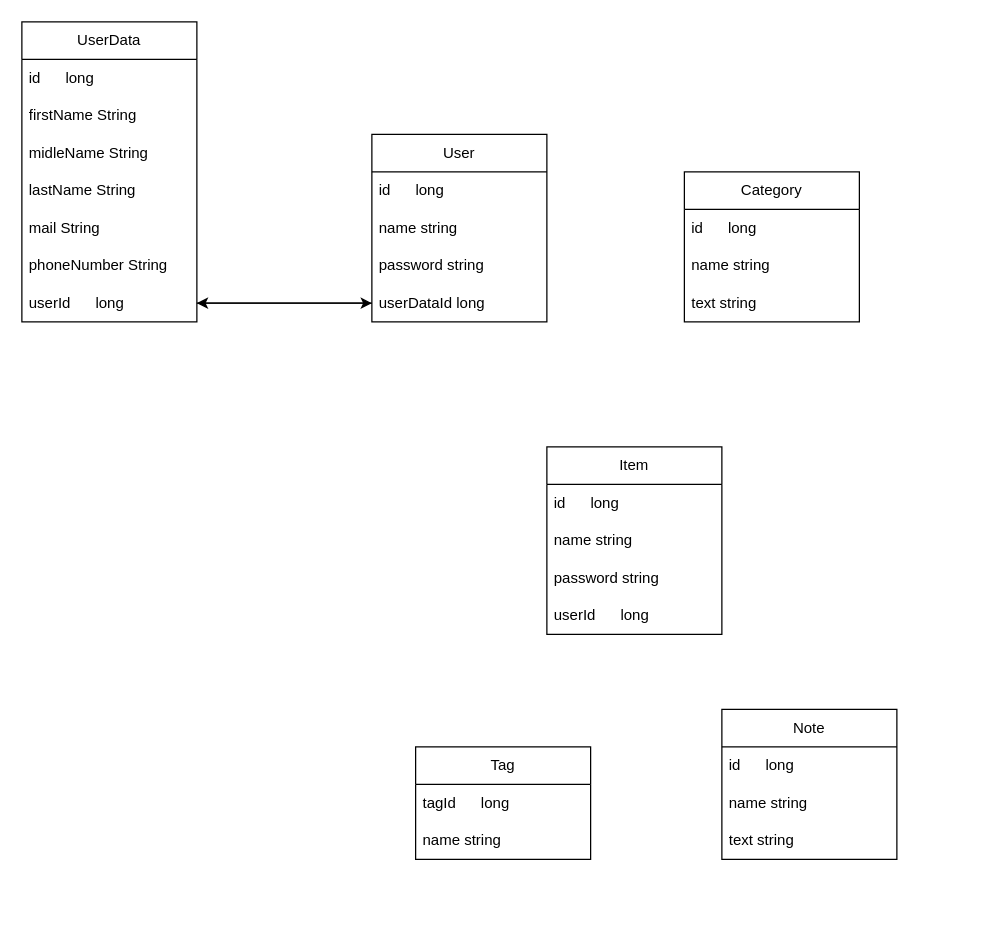
Earlier version of the draw.io diagram src/PasswordApp.drawio (NikitaFoshch/UML). Source tidied: cells renumbered, new cells numbered last; positions are measured from the earlier drawing's top-left corner, leaving out a move shared by most shapes. Both pictures are drawn from the tidied source at 125%, with x=0, y=0 at pixel (21, 21).
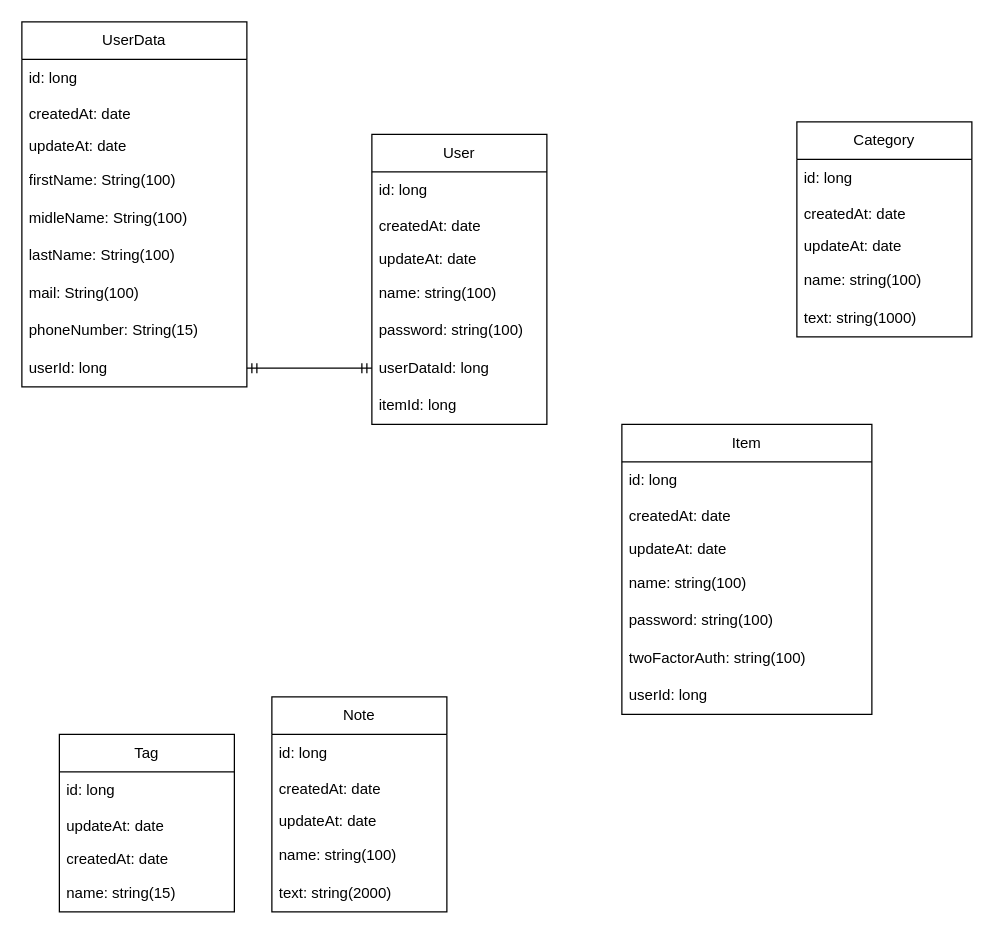
The same page after the edit.

Diff of the diagram source:
```diff
@@
     <mxCell id="2" value="User" style="swimlane;fontStyle=0;horizontal=1;startSize=30;whiteSpace=wrap;html=1;" parent="1" vertex="1">
-      <mxGeometry x="280" y="90" width="140" height="150" as="geometry" />
+      <mxGeometry x="280" y="90" width="140" height="232" as="geometry" />
     </mxCell>
-    <mxCell id="3" value="id&amp;nbsp; &amp;nbsp; &amp;nbsp; long" style="text;strokeColor=none;fillColor=none;align=left;verticalAlign=middle;spacingLeft=4;spacingRight=4;overflow=hidden;whiteSpace=wrap;html=1;" parent="2" vertex="1">
+    <mxCell id="3" value="id: long" style="text;strokeColor=none;fillColor=none;align=left;verticalAlign=middle;spacingLeft=4;spacingRight=4;overflow=hidden;whiteSpace=wrap;html=1;" parent="2" vertex="1">
       <mxGeometry y="30" width="140" height="30" as="geometry" />
     </mxCell>
+    <mxCell id="33" value="createdAt: date" style="text;strokeColor=none;fillColor=none;align=left;verticalAlign=top;spacingLeft=4;spacingRight=4;overflow=hidden;" parent="2" vertex="1">
+      <mxGeometry y="60" width="140" height="26" as="geometry" />
+    </mxCell>
+    <mxCell id="34" value="updateAt: date" style="text;strokeColor=none;fillColor=none;align=left;verticalAlign=top;spacingLeft=4;spacingRight=4;overflow=hidden;" parent="2" vertex="1">
+      <mxGeometry y="86" width="140" height="26" as="geometry" />
+    </mxCell>
-    <mxCell id="4" value="name string" style="text;strokeColor=none;fillColor=none;align=left;verticalAlign=middle;spacingLeft=4;spacingRight=4;overflow=hidden;whiteSpace=wrap;html=1;" parent="2" vertex="1">
-      <mxGeometry y="60" width="140" height="30" as="geometry" />
+    <mxCell id="4" value="name:&amp;nbsp;string(100)" style="text;strokeColor=none;fillColor=none;align=left;verticalAlign=middle;spacingLeft=4;spacingRight=4;overflow=hidden;whiteSpace=wrap;html=1;" parent="2" vertex="1">
+      <mxGeometry y="112" width="140" height="30" as="geometry" />
     </mxCell>
-    <mxCell id="5" value="password string" style="text;strokeColor=none;fillColor=none;align=left;verticalAlign=middle;spacingLeft=4;spacingRight=4;overflow=hidden;whiteSpace=wrap;html=1;" parent="2" vertex="1">
-      <mxGeometry y="90" width="140" height="30" as="geometry" />
+    <mxCell id="5" value="password:&amp;nbsp;string(100)" style="text;strokeColor=none;fillColor=none;align=left;verticalAlign=middle;spacingLeft=4;spacingRight=4;overflow=hidden;whiteSpace=wrap;html=1;" parent="2" vertex="1">
+      <mxGeometry y="142" width="140" height="30" as="geometry" />
     </mxCell>
-    <mxCell id="6" value="userDataId long" style="text;strokeColor=none;fillColor=none;align=left;verticalAlign=middle;spacingLeft=4;spacingRight=4;overflow=hidden;points=[[0,0.5],[1,0.5]];portConstraint=eastwest;whiteSpace=wrap;html=1;" parent="2" vertex="1">
-      <mxGeometry y="120" width="140" height="30" as="geometry" />
+    <mxCell id="6" value="userDataId:&amp;nbsp;long" style="text;strokeColor=none;fillColor=none;align=left;verticalAlign=middle;spacingLeft=4;spacingRight=4;overflow=hidden;points=[[0,0.5],[1,0.5]];portConstraint=eastwest;whiteSpace=wrap;html=1;" parent="2" vertex="1">
+      <mxGeometry y="172" width="140" height="30" as="geometry" />
     </mxCell>
-    <mxCell id="7" style="edgeStyle=orthogonalEdgeStyle;rounded=0;jettySize=auto;html=1;exitX=1;exitY=0.5;exitDx=0;exitDy=0;entryX=0;entryY=0.5;entryDx=0;entryDy=0;" parent="1" edge="1" source="15" target="6">
-      <mxGeometry relative="1" as="geometry" />
-    </mxCell>
+    <mxCell id="35" value="itemId:&amp;nbsp;long" style="text;strokeColor=none;fillColor=none;align=left;verticalAlign=middle;spacingLeft=4;spacingRight=4;overflow=hidden;whiteSpace=wrap;html=1;" parent="2" vertex="1">
+      <mxGeometry y="202" width="140" height="30" as="geometry" />
+    </mxCell>
     <mxCell id="8" value="UserData" style="swimlane;fontStyle=0;horizontal=1;startSize=30;whiteSpace=wrap;html=1;" parent="1" vertex="1">
-      <mxGeometry width="140" height="240" as="geometry" />
+      <mxGeometry width="180" height="292" as="geometry" />
     </mxCell>
-    <mxCell id="9" value="id&amp;nbsp; &amp;nbsp; &amp;nbsp; long" style="text;strokeColor=none;fillColor=none;align=left;verticalAlign=middle;spacingLeft=4;spacingRight=4;overflow=hidden;whiteSpace=wrap;html=1;" parent="8" vertex="1">
-      <mxGeometry y="30" width="140" height="30" as="geometry" />
+    <mxCell id="9" value="id: long" style="text;strokeColor=none;fillColor=none;align=left;verticalAlign=middle;spacingLeft=4;spacingRight=4;overflow=hidden;whiteSpace=wrap;html=1;" parent="8" vertex="1">
+      <mxGeometry y="30" width="180" height="30" as="geometry" />
     </mxCell>
+    <mxCell id="36" value="createdAt: date" style="text;strokeColor=none;fillColor=none;align=left;verticalAlign=top;spacingLeft=4;spacingRight=4;overflow=hidden;" parent="8" vertex="1">
+      <mxGeometry y="60" width="180" height="26" as="geometry" />
+    </mxCell>
+    <mxCell id="37" value="updateAt: date" style="text;strokeColor=none;fillColor=none;align=left;verticalAlign=top;spacingLeft=4;spacingRight=4;overflow=hidden;" parent="8" vertex="1">
+      <mxGeometry y="86" width="180" height="26" as="geometry" />
+    </mxCell>
-    <mxCell id="10" value="firstName String" style="text;strokeColor=none;fillColor=none;align=left;verticalAlign=middle;spacingLeft=4;spacingRight=4;overflow=hidden;whiteSpace=wrap;html=1;" parent="8" vertex="1">
-      <mxGeometry y="60" width="140" height="30" as="geometry" />
+    <mxCell id="10" value="firstName: String(100)" style="text;strokeColor=none;fillColor=none;align=left;verticalAlign=middle;spacingLeft=4;spacingRight=4;overflow=hidden;whiteSpace=wrap;html=1;" parent="8" vertex="1">
+      <mxGeometry y="112" width="180" height="30" as="geometry" />
     </mxCell>
-    <mxCell id="11" value="midleName String" style="text;strokeColor=none;fillColor=none;align=left;verticalAlign=middle;spacingLeft=4;spacingRight=4;overflow=hidden;whiteSpace=wrap;html=1;" parent="8" vertex="1">
-      <mxGeometry y="90" width="140" height="30" as="geometry" />
+    <mxCell id="11" value="midleName:&amp;nbsp;String(100)" style="text;strokeColor=none;fillColor=none;align=left;verticalAlign=middle;spacingLeft=4;spacingRight=4;overflow=hidden;whiteSpace=wrap;html=1;" parent="8" vertex="1">
+      <mxGeometry y="142" width="180" height="30" as="geometry" />
     </mxCell>
-    <mxCell id="12" value="lastName String" style="text;strokeColor=none;fillColor=none;align=left;verticalAlign=middle;spacingLeft=4;spacingRight=4;overflow=hidden;whiteSpace=wrap;html=1;" parent="8" vertex="1">
-      <mxGeometry y="120" width="140" height="30" as="geometry" />
+    <mxCell id="12" value="lastName:&amp;nbsp;String(100)" style="text;strokeColor=none;fillColor=none;align=left;verticalAlign=middle;spacingLeft=4;spacingRight=4;overflow=hidden;whiteSpace=wrap;html=1;" parent="8" vertex="1">
+      <mxGeometry y="172" width="180" height="30" as="geometry" />
     </mxCell>
-    <mxCell id="13" value="mail String" style="text;strokeColor=none;fillColor=none;align=left;verticalAlign=middle;spacingLeft=4;spacingRight=4;overflow=hidden;whiteSpace=wrap;html=1;" parent="8" vertex="1">
-      <mxGeometry y="150" width="140" height="30" as="geometry" />
+    <mxCell id="13" value="mail:&amp;nbsp;String(100)" style="text;strokeColor=none;fillColor=none;align=left;verticalAlign=middle;spacingLeft=4;spacingRight=4;overflow=hidden;whiteSpace=wrap;html=1;" parent="8" vertex="1">
+      <mxGeometry y="202" width="180" height="30" as="geometry" />
     </mxCell>
-    <mxCell id="14" value="phoneNumber String" style="text;strokeColor=none;fillColor=none;align=left;verticalAlign=middle;spacingLeft=4;spacingRight=4;overflow=hidden;whiteSpace=wrap;html=1;" parent="8" vertex="1">
-      <mxGeometry y="180" width="140" height="30" as="geometry" />
+    <mxCell id="14" value="phoneNumber:&amp;nbsp;String(15)" style="text;strokeColor=none;fillColor=none;align=left;verticalAlign=middle;spacingLeft=4;spacingRight=4;overflow=hidden;whiteSpace=wrap;html=1;" parent="8" vertex="1">
+      <mxGeometry y="232" width="180" height="30" as="geometry" />
     </mxCell>
-    <mxCell id="15" value="userId&amp;nbsp; &amp;nbsp; &amp;nbsp; long" style="text;strokeColor=none;fillColor=none;align=left;verticalAlign=middle;spacingLeft=4;spacingRight=4;overflow=hidden;points=[[0,0.5],[1,0.5]];portConstraint=eastwest;whiteSpace=wrap;html=1;" parent="8" vertex="1">
-      <mxGeometry y="210" width="140" height="30" as="geometry" />
+    <mxCell id="15" value="userId: long" style="text;strokeColor=none;fillColor=none;align=left;verticalAlign=middle;spacingLeft=4;spacingRight=4;overflow=hidden;points=[[0,0.5],[1,0.5]];portConstraint=eastwest;whiteSpace=wrap;html=1;" parent="8" vertex="1">
+      <mxGeometry y="262" width="180" height="30" as="geometry" />
     </mxCell>
-    <mxCell id="16" style="edgeStyle=orthogonalEdgeStyle;rounded=0;jettySize=auto;html=1;exitX=0;exitY=0.5;exitDx=0;exitDy=0;entryX=1;entryY=0.5;entryDx=0;entryDy=0;" parent="1" edge="1" source="6" target="15">
-      <mxGeometry relative="1" as="geometry" />
-    </mxCell>
     <mxCell id="17" value="Item" style="swimlane;fontStyle=0;horizontal=1;startSize=30;whiteSpace=wrap;html=1;" parent="1" vertex="1">
-      <mxGeometry x="420" y="340" width="140" height="150" as="geometry" />
+      <mxGeometry x="480" y="322" width="200" height="232" as="geometry" />
     </mxCell>
-    <mxCell id="18" value="id&amp;nbsp; &amp;nbsp; &amp;nbsp; long" style="text;strokeColor=none;fillColor=none;align=left;verticalAlign=middle;spacingLeft=4;spacingRight=4;overflow=hidden;whiteSpace=wrap;html=1;" parent="17" vertex="1">
-      <mxGeometry y="30" width="140" height="30" as="geometry" />
+    <mxCell id="18" value="id: long" style="text;strokeColor=none;fillColor=none;align=left;verticalAlign=middle;spacingLeft=4;spacingRight=4;overflow=hidden;whiteSpace=wrap;html=1;" parent="17" vertex="1">
+      <mxGeometry y="30" width="200" height="30" as="geometry" />
     </mxCell>
+    <mxCell id="38" value="createdAt: date" style="text;strokeColor=none;fillColor=none;align=left;verticalAlign=top;spacingLeft=4;spacingRight=4;overflow=hidden;" parent="17" vertex="1">
+      <mxGeometry y="60" width="200" height="26" as="geometry" />
+    </mxCell>
+    <mxCell id="39" value="updateAt: date" style="text;strokeColor=none;fillColor=none;align=left;verticalAlign=top;spacingLeft=4;spacingRight=4;overflow=hidden;" parent="17" vertex="1">
+      <mxGeometry y="86" width="200" height="26" as="geometry" />
+    </mxCell>
-    <mxCell id="19" value="name string" style="text;strokeColor=none;fillColor=none;align=left;verticalAlign=middle;spacingLeft=4;spacingRight=4;overflow=hidden;whiteSpace=wrap;html=1;" parent="17" vertex="1">
-      <mxGeometry y="60" width="140" height="30" as="geometry" />
+    <mxCell id="19" value="name:&amp;nbsp;string(100)" style="text;strokeColor=none;fillColor=none;align=left;verticalAlign=middle;spacingLeft=4;spacingRight=4;overflow=hidden;whiteSpace=wrap;html=1;" parent="17" vertex="1">
+      <mxGeometry y="112" width="200" height="30" as="geometry" />
     </mxCell>
-    <mxCell id="20" value="password string" style="text;strokeColor=none;fillColor=none;align=left;verticalAlign=middle;spacingLeft=4;spacingRight=4;overflow=hidden;whiteSpace=wrap;html=1;" parent="17" vertex="1">
-      <mxGeometry y="90" width="140" height="30" as="geometry" />
+    <mxCell id="20" value="password:&amp;nbsp;string(100)" style="text;strokeColor=none;fillColor=none;align=left;verticalAlign=middle;spacingLeft=4;spacingRight=4;overflow=hidden;whiteSpace=wrap;html=1;" parent="17" vertex="1">
+      <mxGeometry y="142" width="200" height="30" as="geometry" />
     </mxCell>
+    <mxCell id="40" value="twoFactorAuth:&amp;nbsp;string(100)" style="text;strokeColor=none;fillColor=none;align=left;verticalAlign=middle;spacingLeft=4;spacingRight=4;overflow=hidden;whiteSpace=wrap;html=1;" parent="17" vertex="1">
+      <mxGeometry y="172" width="200" height="30" as="geometry" />
+    </mxCell>
-    <mxCell id="21" value="userId&amp;nbsp; &amp;nbsp; &amp;nbsp; long" style="text;strokeColor=none;fillColor=none;align=left;verticalAlign=middle;spacingLeft=4;spacingRight=4;overflow=hidden;whiteSpace=wrap;html=1;" parent="17" vertex="1">
-      <mxGeometry y="120" width="140" height="30" as="geometry" />
+    <mxCell id="21" value="userId: long" style="text;strokeColor=none;fillColor=none;align=left;verticalAlign=middle;spacingLeft=4;spacingRight=4;overflow=hidden;whiteSpace=wrap;html=1;" parent="17" vertex="1">
+      <mxGeometry y="202" width="200" height="30" as="geometry" />
     </mxCell>
     <mxCell id="22" value="Tag" style="swimlane;fontStyle=0;horizontal=1;startSize=30;whiteSpace=wrap;html=1;" parent="1" vertex="1">
-      <mxGeometry x="315" y="580" width="140" height="90" as="geometry" />
+      <mxGeometry x="30" y="570" width="140" height="142" as="geometry" />
     </mxCell>
-    <mxCell id="23" value="tagId&amp;nbsp; &amp;nbsp; &amp;nbsp; long" style="text;strokeColor=none;fillColor=none;align=left;verticalAlign=middle;spacingLeft=4;spacingRight=4;overflow=hidden;whiteSpace=wrap;html=1;" parent="22" vertex="1">
+    <mxCell id="23" value="id: long" style="text;strokeColor=none;fillColor=none;align=left;verticalAlign=middle;spacingLeft=4;spacingRight=4;overflow=hidden;whiteSpace=wrap;html=1;" parent="22" vertex="1">
       <mxGeometry y="30" width="140" height="30" as="geometry" />
     </mxCell>
+    <mxCell id="41" value="updateAt: date" style="text;strokeColor=none;fillColor=none;align=left;verticalAlign=top;spacingLeft=4;spacingRight=4;overflow=hidden;" parent="22" vertex="1">
+      <mxGeometry y="60" width="140" height="26" as="geometry" />
+    </mxCell>
+    <mxCell id="42" value="createdAt: date" style="text;strokeColor=none;fillColor=none;align=left;verticalAlign=top;spacingLeft=4;spacingRight=4;overflow=hidden;" parent="22" vertex="1">
+      <mxGeometry y="86" width="140" height="26" as="geometry" />
+    </mxCell>
-    <mxCell id="24" value="name string" style="text;strokeColor=none;fillColor=none;align=left;verticalAlign=middle;spacingLeft=4;spacingRight=4;overflow=hidden;whiteSpace=wrap;html=1;" parent="22" vertex="1">
-      <mxGeometry y="60" width="140" height="30" as="geometry" />
+    <mxCell id="24" value="name:&amp;nbsp;string(15)" style="text;strokeColor=none;fillColor=none;align=left;verticalAlign=middle;spacingLeft=4;spacingRight=4;overflow=hidden;whiteSpace=wrap;html=1;" parent="22" vertex="1">
+      <mxGeometry y="112" width="140" height="30" as="geometry" />
     </mxCell>
     <mxCell id="25" value="Note" style="swimlane;fontStyle=0;horizontal=1;startSize=30;whiteSpace=wrap;html=1;" parent="1" vertex="1">
-      <mxGeometry x="560" y="550" width="140" height="120" as="geometry" />
+      <mxGeometry x="200" y="540" width="140" height="172" as="geometry" />
     </mxCell>
-    <mxCell id="26" value="id&amp;nbsp; &amp;nbsp; &amp;nbsp; long" style="text;strokeColor=none;fillColor=none;align=left;verticalAlign=middle;spacingLeft=4;spacingRight=4;overflow=hidden;whiteSpace=wrap;html=1;" parent="25" vertex="1">
+    <mxCell id="26" value="id: long" style="text;strokeColor=none;fillColor=none;align=left;verticalAlign=middle;spacingLeft=4;spacingRight=4;overflow=hidden;whiteSpace=wrap;html=1;" parent="25" vertex="1">
       <mxGeometry y="30" width="140" height="30" as="geometry" />
     </mxCell>
+    <mxCell id="43" value="createdAt: date" style="text;strokeColor=none;fillColor=none;align=left;verticalAlign=top;spacingLeft=4;spacingRight=4;overflow=hidden;" parent="25" vertex="1">
+      <mxGeometry y="60" width="140" height="26" as="geometry" />
+    </mxCell>
+    <mxCell id="44" value="updateAt: date" style="text;strokeColor=none;fillColor=none;align=left;verticalAlign=top;spacingLeft=4;spacingRight=4;overflow=hidden;" parent="25" vertex="1">
+      <mxGeometry y="86" width="140" height="26" as="geometry" />
+    </mxCell>
-    <mxCell id="27" value="name string" style="text;strokeColor=none;fillColor=none;align=left;verticalAlign=middle;spacingLeft=4;spacingRight=4;overflow=hidden;whiteSpace=wrap;html=1;" parent="25" vertex="1">
-      <mxGeometry y="60" width="140" height="30" as="geometry" />
+    <mxCell id="27" value="name:&amp;nbsp;string(100)" style="text;strokeColor=none;fillColor=none;align=left;verticalAlign=middle;spacingLeft=4;spacingRight=4;overflow=hidden;whiteSpace=wrap;html=1;" parent="25" vertex="1">
+      <mxGeometry y="112" width="140" height="30" as="geometry" />
     </mxCell>
-    <mxCell id="28" value="text string" style="text;strokeColor=none;fillColor=none;align=left;verticalAlign=middle;spacingLeft=4;spacingRight=4;overflow=hidden;whiteSpace=wrap;html=1;" parent="25" vertex="1">
-      <mxGeometry y="90" width="140" height="30" as="geometry" />
+    <mxCell id="28" value="text:&amp;nbsp;string(2000)" style="text;strokeColor=none;fillColor=none;align=left;verticalAlign=middle;spacingLeft=4;spacingRight=4;overflow=hidden;whiteSpace=wrap;html=1;" parent="25" vertex="1">
+      <mxGeometry y="142" width="140" height="30" as="geometry" />
     </mxCell>
     <mxCell id="29" value="Category" style="swimlane;fontStyle=0;horizontal=1;startSize=30;whiteSpace=wrap;html=1;" parent="1" vertex="1">
-      <mxGeometry x="530" y="120" width="140" height="120" as="geometry" />
+      <mxGeometry x="620" y="80" width="140" height="172" as="geometry" />
     </mxCell>
-    <mxCell id="30" value="id&amp;nbsp; &amp;nbsp; &amp;nbsp; long" style="text;strokeColor=none;fillColor=none;align=left;verticalAlign=middle;spacingLeft=4;spacingRight=4;overflow=hidden;whiteSpace=wrap;html=1;" parent="29" vertex="1">
+    <mxCell id="30" value="id: long" style="text;strokeColor=none;fillColor=none;align=left;verticalAlign=middle;spacingLeft=4;spacingRight=4;overflow=hidden;whiteSpace=wrap;html=1;" parent="29" vertex="1">
       <mxGeometry y="30" width="140" height="30" as="geometry" />
     </mxCell>
+    <mxCell id="45" value="createdAt: date" style="text;strokeColor=none;fillColor=none;align=left;verticalAlign=top;spacingLeft=4;spacingRight=4;overflow=hidden;" parent="29" vertex="1">
+      <mxGeometry y="60" width="140" height="26" as="geometry" />
+    </mxCell>
+    <mxCell id="46" value="updateAt: date" style="text;strokeColor=none;fillColor=none;align=left;verticalAlign=top;spacingLeft=4;spacingRight=4;overflow=hidden;" parent="29" vertex="1">
+      <mxGeometry y="86" width="140" height="26" as="geometry" />
+    </mxCell>
-    <mxCell id="31" value="name string" style="text;strokeColor=none;fillColor=none;align=left;verticalAlign=middle;spacingLeft=4;spacingRight=4;overflow=hidden;whiteSpace=wrap;html=1;" parent="29" vertex="1">
-      <mxGeometry y="60" width="140" height="30" as="geometry" />
+    <mxCell id="31" value="name:&amp;nbsp;string(100)" style="text;strokeColor=none;fillColor=none;align=left;verticalAlign=middle;spacingLeft=4;spacingRight=4;overflow=hidden;whiteSpace=wrap;html=1;" parent="29" vertex="1">
+      <mxGeometry y="112" width="140" height="30" as="geometry" />
     </mxCell>
-    <mxCell id="32" value="text string" style="text;strokeColor=none;fillColor=none;align=left;verticalAlign=middle;spacingLeft=4;spacingRight=4;overflow=hidden;whiteSpace=wrap;html=1;" parent="29" vertex="1">
-      <mxGeometry y="90" width="140" height="30" as="geometry" />
+    <mxCell id="32" value="text:&amp;nbsp;string(1000)" style="text;strokeColor=none;fillColor=none;align=left;verticalAlign=middle;spacingLeft=4;spacingRight=4;overflow=hidden;whiteSpace=wrap;html=1;" parent="29" vertex="1">
+      <mxGeometry y="142" width="140" height="30" as="geometry" />
     </mxCell>
+    <mxCell id="7" style="edgeStyle=entityRelationEdgeStyle;fontSize=12;html=1;endArrow=ERmandOne;startArrow=ERmandOne;rounded=0;exitX=1;exitY=0.5;exitDx=0;exitDy=0;entryX=0;entryY=0.5;entryDx=0;entryDy=0;" parent="1" edge="1" source="15" target="6">
+      <mxGeometry relative="1" as="geometry" />
+    </mxCell>
```
